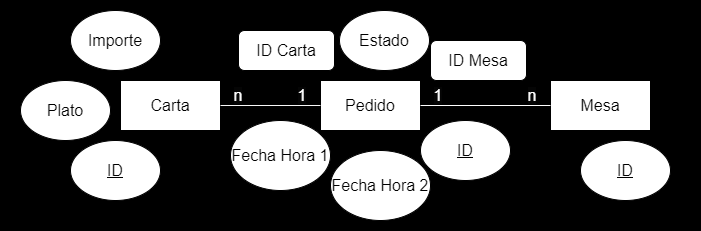
This is bocetos/POS diagrama entidad relacion.drawio.png from FernandoKuo/Sistema_PointOfSale, a draw.io export, as it was before one commit. Source tidied: cells renumbered, new cells last; positions are measured from the earlier drawing's top-left corner, leaving out a move shared by most shapes.
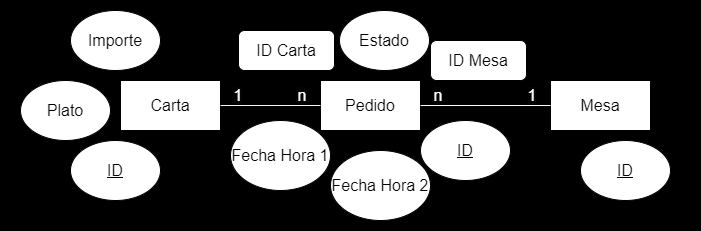
The same file after the commit.

What changed in the source:
```diff
@@ -44,16 +44,16 @@
     <mxCell id="15" value="&lt;font style=&quot;font-size: 16px;&quot;&gt;ID Carta&lt;/font&gt;" style="rounded=1;whiteSpace=wrap;html=1;" parent="1" vertex="1">
       <mxGeometry x="238" y="30" width="96" height="40" as="geometry" />
     </mxCell>
-    <mxCell id="16" value="&lt;font color=&quot;#ffffff&quot; style=&quot;font-size: 16px; background-color: rgb(5, 5, 5);&quot;&gt;n&lt;/font&gt;" style="text;html=1;align=center;verticalAlign=middle;whiteSpace=wrap;rounded=0;" parent="1" vertex="1">
+    <mxCell id="16" value="&lt;font color=&quot;#ffffff&quot; style=&quot;font-size: 16px; background-color: rgb(5, 5, 5);&quot;&gt;1&lt;/font&gt;" style="text;html=1;align=center;verticalAlign=middle;whiteSpace=wrap;rounded=0;" parent="1" vertex="1">
       <mxGeometry x="500" y="80" width="64" height="30" as="geometry" />
     </mxCell>
-    <mxCell id="17" value="&lt;font color=&quot;#ffffff&quot; style=&quot;font-size: 16px; background-color: rgb(5, 5, 5);&quot;&gt;1&lt;/font&gt;" style="text;html=1;align=center;verticalAlign=middle;whiteSpace=wrap;rounded=0;" parent="1" vertex="1">
+    <mxCell id="17" value="&lt;font color=&quot;#ffffff&quot; style=&quot;font-size: 16px; background-color: rgb(5, 5, 5);&quot;&gt;n&lt;/font&gt;" style="text;html=1;align=center;verticalAlign=middle;whiteSpace=wrap;rounded=0;" parent="1" vertex="1">
       <mxGeometry x="406" y="80" width="64" height="30" as="geometry" />
     </mxCell>
-    <mxCell id="18" value="&lt;font color=&quot;#ffffff&quot; style=&quot;font-size: 16px; background-color: rgb(5, 5, 5);&quot;&gt;1&lt;/font&gt;" style="text;html=1;align=center;verticalAlign=middle;whiteSpace=wrap;rounded=0;" parent="1" vertex="1">
+    <mxCell id="18" value="&lt;font color=&quot;#ffffff&quot; style=&quot;font-size: 16px; background-color: rgb(5, 5, 5);&quot;&gt;n&lt;/font&gt;" style="text;html=1;align=center;verticalAlign=middle;whiteSpace=wrap;rounded=0;" parent="1" vertex="1">
       <mxGeometry x="270" y="80" width="64" height="30" as="geometry" />
     </mxCell>
-    <mxCell id="19" value="&lt;font color=&quot;#ffffff&quot; style=&quot;font-size: 16px; background-color: rgb(5, 5, 5);&quot;&gt;n&lt;/font&gt;" style="text;html=1;align=center;verticalAlign=middle;whiteSpace=wrap;rounded=0;" parent="1" vertex="1">
+    <mxCell id="19" value="&lt;font color=&quot;#ffffff&quot; style=&quot;font-size: 16px; background-color: rgb(5, 5, 5);&quot;&gt;1&lt;/font&gt;" style="text;html=1;align=center;verticalAlign=middle;whiteSpace=wrap;rounded=0;" parent="1" vertex="1">
       <mxGeometry x="206" y="80" width="64" height="30" as="geometry" />
     </mxCell>
     <mxCell id="20" value="&lt;span style=&quot;font-size: medium;&quot;&gt;Fecha Hora 2&lt;/span&gt;" style="ellipse;whiteSpace=wrap;html=1;" parent="1" vertex="1">
```
